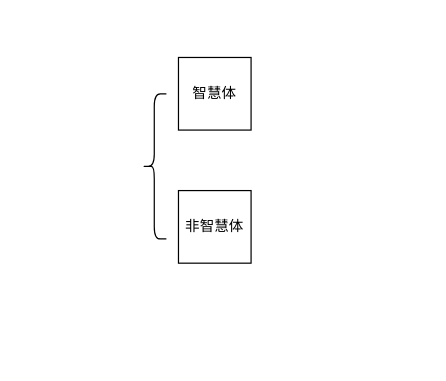
Earlier version of the draw.io diagram human.drawio (nonoyeyouran/reading). Source tidied: cells renumbered, new cells numbered last; positions are measured from the earlier drawing's top-left corner, leaving out a move shared by most shapes. Both pictures are drawn from the tidied source at 121%, with x=0, y=0 at pixel (142, 57).
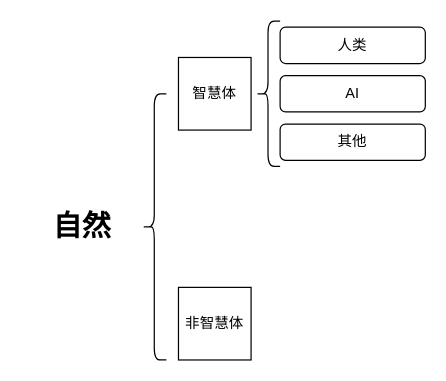
The same diagram, later.

The edit, as a diff of the source:
```diff
@@
 <mxGraphModel>
   <root>
     <mxCell id="0" />
     <mxCell id="1" parent="0" />
     <mxCell id="2" value="智慧体" style="rounded=0;whiteSpace=wrap;html=1;" parent="1" vertex="1">
       <mxGeometry x="30" width="60" height="60" as="geometry" />
     </mxCell>
     <mxCell id="3" value="非智慧体" style="rounded=0;whiteSpace=wrap;html=1;" parent="1" vertex="1">
-      <mxGeometry x="30" y="110" width="60" height="60" as="geometry" />
+      <mxGeometry x="30" y="190" width="60" height="60" as="geometry" />
     </mxCell>
     <mxCell id="4" style="shape=curlyBracket;whiteSpace=wrap;html=1;rounded=1;labelPosition=left;verticalLabelPosition=middle;align=right;verticalAlign=middle;" parent="1" vertex="1">
-      <mxGeometry y="30" width="20" height="120" as="geometry" />
+      <mxGeometry y="30" width="20" height="220" as="geometry" />
     </mxCell>
+    <mxCell id="5" value="自然" style="text;strokeColor=none;fillColor=none;html=1;fontSize=24;fontStyle=1;verticalAlign=middle;align=center;" parent="1" vertex="1">
+      <mxGeometry x="-100" y="120" width="100" height="40" as="geometry" />
+    </mxCell>
+    <mxCell id="6" style="shape=curlyBracket;whiteSpace=wrap;html=1;rounded=1;labelPosition=left;verticalLabelPosition=middle;align=right;verticalAlign=middle;" parent="1" vertex="1">
+      <mxGeometry x="94" y="-30" width="20" height="120" as="geometry" />
+    </mxCell>
+    <mxCell id="7" value="人类" style="rounded=1;whiteSpace=wrap;html=1;" parent="1" vertex="1">
+      <mxGeometry x="114" y="-25" width="120" height="30" as="geometry" />
+    </mxCell>
+    <mxCell id="8" value="AI" style="rounded=1;whiteSpace=wrap;html=1;" parent="1" vertex="1">
+      <mxGeometry x="114" y="15" width="120" height="30" as="geometry" />
+    </mxCell>
+    <mxCell id="9" value="其他" style="rounded=1;whiteSpace=wrap;html=1;" parent="1" vertex="1">
+      <mxGeometry x="114" y="55" width="120" height="30" as="geometry" />
+    </mxCell>
   </root>
 </mxGraphModel>
```
